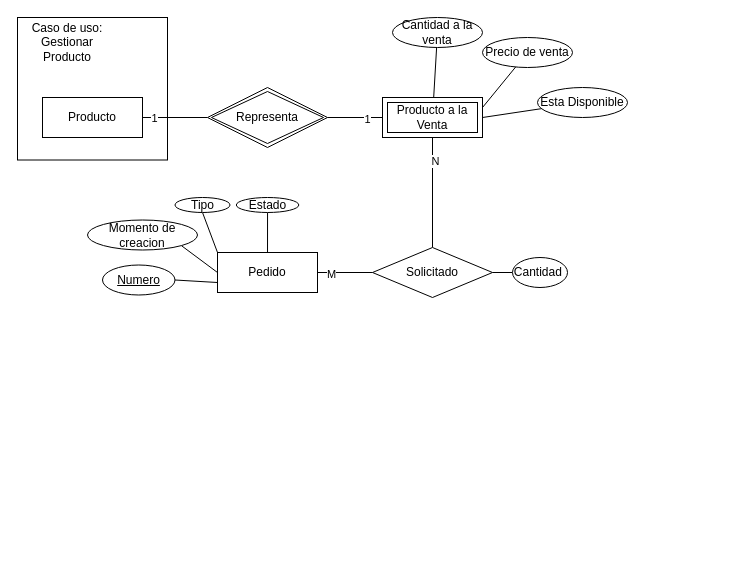
Above: page "Agregar producto en pedido" (2 of 2) of IngSoftware/propuesta/DER/DER.drawio in elelouch/MissTortas-Bakery (draw.io), before the change. Source tidied: cells renumbered, new cells numbered last; positions are measured from the earlier drawing's top-left corner, leaving out a move shared by most shapes. Both pictures are drawn from the tidied source at 100%, with x=0, y=0 at pixel (17, 17).
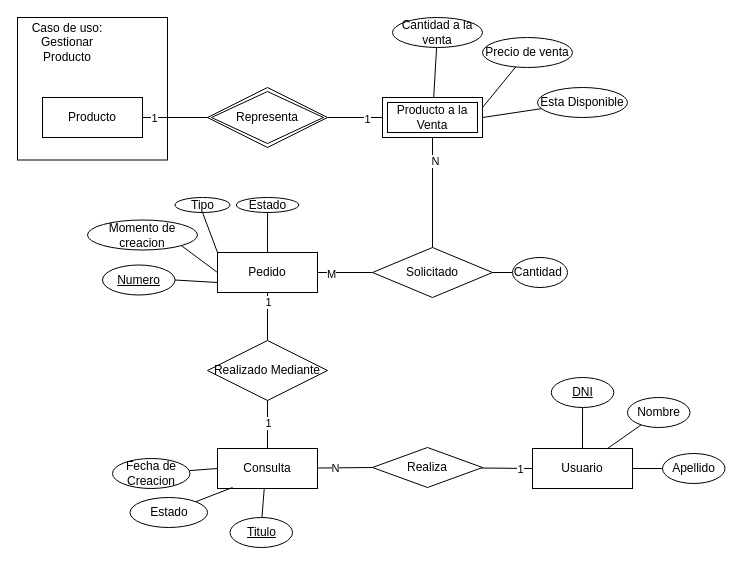
After the change.

Unchanged cells that the change refers to:
```xml
<mxCell id="25" value="Pedido" style="whiteSpace=wrap;html=1;align=center;" parent="1" vertex="1">
  <mxGeometry x="200" y="235" width="100" height="40" as="geometry" />
</mxCell>
```

Diff of the diagram source:
```diff
@@
+    <mxCell id="33" style="rounded=0;jettySize=auto;html=1;entryX=0;entryY=0.5;entryDx=0;entryDy=0;endArrow=none;endFill=0;" parent="1" edge="1" source="37" target="43">
+      <mxGeometry relative="1" as="geometry" />
+    </mxCell>
+    <mxCell id="34" value="N" style="edgeLabel;html=1;align=center;verticalAlign=middle;" parent="33" vertex="1">
+      <mxGeometry x="-0.34" relative="1" as="geometry" />
+    </mxCell>
+    <mxCell id="35" style="edgeStyle=orthogonalEdgeStyle;rounded=0;jettySize=auto;html=1;exitX=0.5;exitY=0;exitDx=0;exitDy=0;entryX=0.5;entryY=1;entryDx=0;entryDy=0;endArrow=none;endFill=0;" parent="1" edge="1" source="37" target="40">
+      <mxGeometry relative="1" as="geometry" />
+    </mxCell>
+    <mxCell id="36" value="1" style="edgeLabel;html=1;align=center;verticalAlign=middle;" parent="35" vertex="1">
+      <mxGeometry x="0.07" relative="1" as="geometry" />
+    </mxCell>
+    <mxCell id="37" value="Consulta" style="whiteSpace=wrap;html=1;align=center;" parent="1" vertex="1">
+      <mxGeometry x="200" y="431" width="100" height="40" as="geometry" />
+    </mxCell>
+    <mxCell id="38" style="rounded=0;jettySize=auto;html=1;entryX=0.5;entryY=1;entryDx=0;entryDy=0;endArrow=none;endFill=0;" parent="1" edge="1" source="40" target="25">
+      <mxGeometry relative="1" as="geometry" />
+    </mxCell>
+    <mxCell id="39" value="1" style="edgeLabel;html=1;align=center;verticalAlign=middle;" parent="38" vertex="1">
+      <mxGeometry x="0.62" relative="1" as="geometry" />
+    </mxCell>
+    <mxCell id="40" value="Realizado Mediante" style="shape=rhombus;perimeter=rhombusPerimeter;whiteSpace=wrap;html=1;align=center;" parent="1" vertex="1">
+      <mxGeometry x="190" y="323" width="120" height="60" as="geometry" />
+    </mxCell>
+    <mxCell id="41" style="rounded=0;jettySize=auto;html=1;entryX=0;entryY=0.5;entryDx=0;entryDy=0;endArrow=none;endFill=0;" parent="1" edge="1" source="43" target="52">
+      <mxGeometry relative="1" as="geometry" />
+    </mxCell>
+    <mxCell id="42" value="1" style="edgeLabel;html=1;align=center;verticalAlign=middle;" parent="41" vertex="1">
+      <mxGeometry x="0.52" y="-1" relative="1" as="geometry" />
+    </mxCell>
+    <mxCell id="43" value="Realiza" style="shape=rhombus;perimeter=rhombusPerimeter;whiteSpace=wrap;html=1;align=center;" parent="1" vertex="1">
+      <mxGeometry x="355" y="430" width="110" height="40" as="geometry" />
+    </mxCell>
+    <mxCell id="44" value="Estado" style="ellipse;whiteSpace=wrap;html=1;align=center;" parent="1" vertex="1">
+      <mxGeometry x="112.5" y="480" width="77.5" height="30" as="geometry" />
+    </mxCell>
+    <mxCell id="45" style="rounded=0;jettySize=auto;html=1;entryX=0;entryY=0.5;entryDx=0;entryDy=0;endArrow=none;endFill=0;" parent="1" edge="1" source="46" target="37">
+      <mxGeometry relative="1" as="geometry" />
+    </mxCell>
+    <mxCell id="46" value="Fecha de Creacion" style="ellipse;whiteSpace=wrap;html=1;align=center;" parent="1" vertex="1">
+      <mxGeometry x="95" y="441" width="77.5" height="30" as="geometry" />
+    </mxCell>
+    <mxCell id="47" value="Titulo" style="ellipse;whiteSpace=wrap;html=1;align=center;fontStyle=4;" parent="1" vertex="1">
+      <mxGeometry x="212.5" y="500" width="62.5" height="30" as="geometry" />
+    </mxCell>
+    <mxCell id="48" style="rounded=0;jettySize=auto;html=1;endArrow=none;endFill=0;" parent="1" edge="1" source="44">
+      <mxGeometry relative="1" as="geometry">
+        <mxPoint x="215" y="470" as="targetPoint" />
+      </mxGeometry>
+    </mxCell>
+    <mxCell id="49" style="rounded=0;jettySize=auto;html=1;entryX=0.467;entryY=1.014;entryDx=0;entryDy=0;entryPerimeter=0;endArrow=none;endFill=0;" parent="1" edge="1" source="47" target="37">
+      <mxGeometry relative="1" as="geometry" />
+    </mxCell>
+    <mxCell id="50" style="rounded=0;jettySize=auto;html=1;exitX=0.75;exitY=0;exitDx=0;exitDy=0;endArrow=none;endFill=0;" parent="1" edge="1" source="52" target="55">
+      <mxGeometry relative="1" as="geometry" />
+    </mxCell>
+    <mxCell id="51" style="rounded=0;jettySize=auto;html=1;exitX=1;exitY=0.5;exitDx=0;exitDy=0;endArrow=none;endFill=0;" parent="1" edge="1" source="52" target="56">
+      <mxGeometry relative="1" as="geometry" />
+    </mxCell>
+    <mxCell id="52" value="Usuario" style="whiteSpace=wrap;html=1;align=center;" parent="1" vertex="1">
+      <mxGeometry x="515" y="431" width="100" height="40" as="geometry" />
+    </mxCell>
+    <mxCell id="53" style="rounded=0;jettySize=auto;html=1;exitX=0.5;exitY=1;exitDx=0;exitDy=0;entryX=0.5;entryY=0;entryDx=0;entryDy=0;endArrow=none;endFill=0;" parent="1" edge="1" source="54" target="52">
+      <mxGeometry relative="1" as="geometry" />
+    </mxCell>
+    <mxCell id="54" value="DNI" style="ellipse;whiteSpace=wrap;html=1;align=center;fontStyle=4;" parent="1" vertex="1">
+      <mxGeometry x="533.8" y="360" width="62.5" height="30" as="geometry" />
+    </mxCell>
+    <mxCell id="55" value="Nombre" style="ellipse;whiteSpace=wrap;html=1;align=center;" parent="1" vertex="1">
+      <mxGeometry x="610" y="380" width="62.5" height="30" as="geometry" />
+    </mxCell>
+    <mxCell id="56" value="Apellido" style="ellipse;whiteSpace=wrap;html=1;align=center;" parent="1" vertex="1">
+      <mxGeometry x="645" y="436" width="62.5" height="30" as="geometry" />
+    </mxCell>
```
